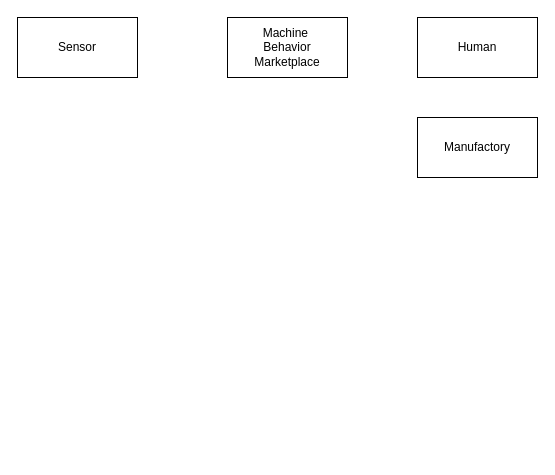
df595149790/df595149790.github.io keeps this draw.io diagram as media/dooyo_idea_mbm_1.drawio. Above is the earlier version. Source tidied: cells renumbered, new cells numbered last; positions are measured from the earlier drawing's top-left corner, leaving out a move shared by most shapes. Both pictures are drawn from the tidied source at 100%, with x=0, y=0 at pixel (17, 17).
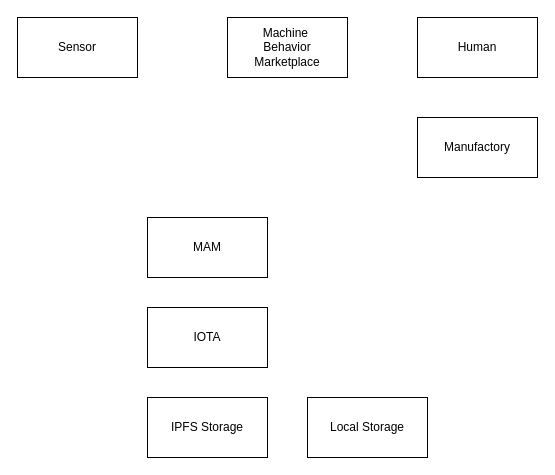
After the change.

What changed in the source:
```diff
@@
 <mxGraphModel>
   <root>
     <mxCell id="0" />
     <mxCell id="1" parent="0" />
     <mxCell id="2" value="&lt;span&gt;Machine&amp;nbsp;&lt;/span&gt;&lt;br&gt;&lt;span&gt;Behavior&lt;/span&gt;&lt;br&gt;&lt;span&gt;Marketplace&lt;/span&gt;" style="rounded=0;whiteSpace=wrap;html=1;" parent="1" vertex="1">
       <mxGeometry x="210" width="120" height="60" as="geometry" />
     </mxCell>
     <mxCell id="3" value="Sensor" style="rounded=0;whiteSpace=wrap;html=1;" parent="1" vertex="1">
       <mxGeometry width="120" height="60" as="geometry" />
     </mxCell>
     <mxCell id="4" value="Human&lt;br&gt;" style="rounded=0;whiteSpace=wrap;html=1;" parent="1" vertex="1">
       <mxGeometry x="400" width="120" height="60" as="geometry" />
     </mxCell>
     <mxCell id="5" value="Manufactory&lt;br&gt;" style="rounded=0;whiteSpace=wrap;html=1;" parent="1" vertex="1">
       <mxGeometry x="400" y="100" width="120" height="60" as="geometry" />
     </mxCell>
+    <mxCell id="6" value="MAM" style="rounded=0;whiteSpace=wrap;html=1;" parent="1" vertex="1">
+      <mxGeometry x="130" y="200" width="120" height="60" as="geometry" />
+    </mxCell>
+    <mxCell id="7" value="IOTA" style="rounded=0;whiteSpace=wrap;html=1;" parent="1" vertex="1">
+      <mxGeometry x="130" y="290" width="120" height="60" as="geometry" />
+    </mxCell>
+    <mxCell id="8" value="IPFS Storage" style="rounded=0;whiteSpace=wrap;html=1;" parent="1" vertex="1">
+      <mxGeometry x="130" y="380" width="120" height="60" as="geometry" />
+    </mxCell>
+    <mxCell id="9" value="Local Storage" style="rounded=0;whiteSpace=wrap;html=1;" parent="1" vertex="1">
+      <mxGeometry x="290" y="380" width="120" height="60" as="geometry" />
+    </mxCell>
   </root>
 </mxGraphModel>
```
